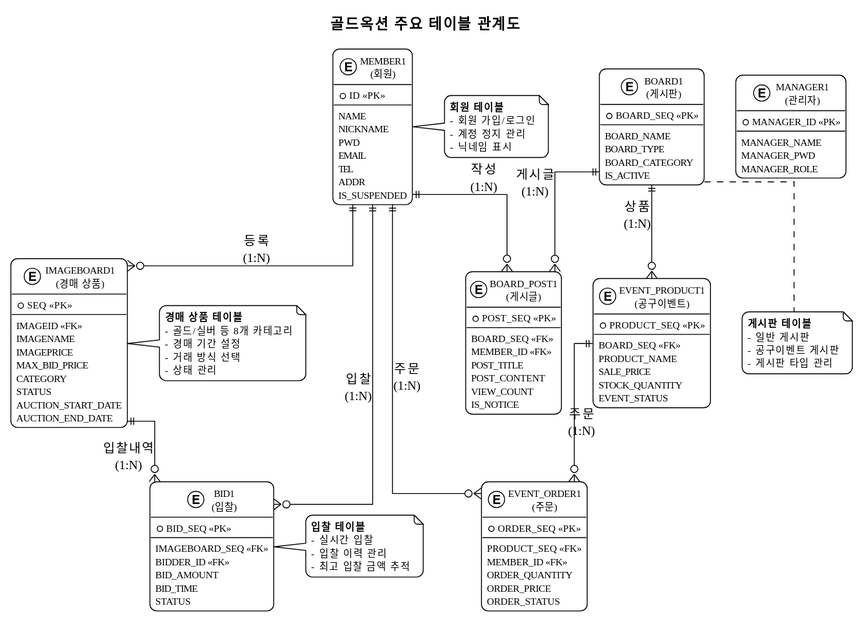
Earlier version of the PlantUML export Document/PPT/goldauction/주요_테이블_관계도_PPT용.svg (snlee1004/goldauction). Source of this version:
```plantuml
@startuml
!theme plain
skinparam linetype ortho
skinparam roundcorner 15
skinparam shadowing false
skinparam defaultFontName "Malgun Gothic"
skinparam defaultFontSize 14
skinparam classFontSize 12
skinparam classAttributeFontSize 11
skinparam titleFontName "Malgun Gothic"
skinparam titleFontSize 16
skinparam noteFontName "Malgun Gothic"
skinparam noteFontSize 11

title 골드옥션 주요 테이블 관계도

entity "MEMBER1\n(회원)" as Member {
    * ID <<PK>>
    --
    NAME
    NICKNAME
    PWD
    EMAIL
    TEL
    ADDR
    IS_SUSPENDED
}

entity "IMAGEBOARD1\n(경매 상품)" as Imageboard {
    * SEQ <<PK>>
    --
    IMAGEID <<FK>>
    IMAGENAME
    IMAGEPRICE
    MAX_BID_PRICE
    CATEGORY
    STATUS
    AUCTION_START_DATE
    AUCTION_END_DATE
}

entity "BID1\n(입찰)" as Bid {
    * BID_SEQ <<PK>>
    --
    IMAGEBOARD_SEQ <<FK>>
    BIDDER_ID <<FK>>
    BID_AMOUNT
    BID_TIME
    STATUS
}

entity "BOARD1\n(게시판)" as Board {
    * BOARD_SEQ <<PK>>
    --
    BOARD_NAME
    BOARD_TYPE
    BOARD_CATEGORY
    IS_ACTIVE
}

entity "BOARD_POST1\n(게시글)" as BoardPost {
    * POST_SEQ <<PK>>
    --
    BOARD_SEQ <<FK>>
    MEMBER_ID <<FK>>
    POST_TITLE
    POST_CONTENT
    VIEW_COUNT
    IS_NOTICE
}

entity "EVENT_PRODUCT1\n(공구이벤트)" as EventProduct {
    * PRODUCT_SEQ <<PK>>
    --
    BOARD_SEQ <<FK>>
    PRODUCT_NAME
    SALE_PRICE
    STOCK_QUANTITY
    EVENT_STATUS
}

entity "EVENT_ORDER1\n(주문)" as EventOrder {
    * ORDER_SEQ <<PK>>
    --
    PRODUCT_SEQ <<FK>>
    MEMBER_ID <<FK>>
    ORDER_QUANTITY
    ORDER_PRICE
    ORDER_STATUS
}

entity "MANAGER1\n(관리자)" as Manager {
    * MANAGER_ID <<PK>>
    --
    MANAGER_NAME
    MANAGER_PWD
    MANAGER_ROLE
}

Member ||--o{ Imageboard : "등록\n(1:N)"
Member ||--o{ Bid : "입찰\n(1:N)"
Imageboard ||--o{ Bid : "입찰내역\n(1:N)"

Board ||--o{ BoardPost : "게시글\n(1:N)"
Member ||--o{ BoardPost : "작성\n(1:N)"

Board ||--o{ EventProduct : "상품\n(1:N)"
EventProduct ||--o{ EventOrder : "주문\n(1:N)"
Member ||--o{ EventOrder : "주문\n(1:N)"

note right of Member
  **회원 테이블**
  - 회원 가입/로그인
  - 계정 정지 관리
  - 닉네임 표시
end note

note right of Imageboard
  **경매 상품 테이블**
  - 골드/실버 등 8개 카테고리
  - 경매 기간 설정
  - 거래 방식 선택
  - 상태 관리
end note

note right of Bid
  **입찰 테이블**
  - 실시간 입찰
  - 입찰 이력 관리
  - 최고 입찰 금액 추적
end note

note bottom of Board
  **게시판 테이블**
  - 일반 게시판
  - 공구이벤트 게시판
  - 게시판 타입 관리
end note
@enduml
```
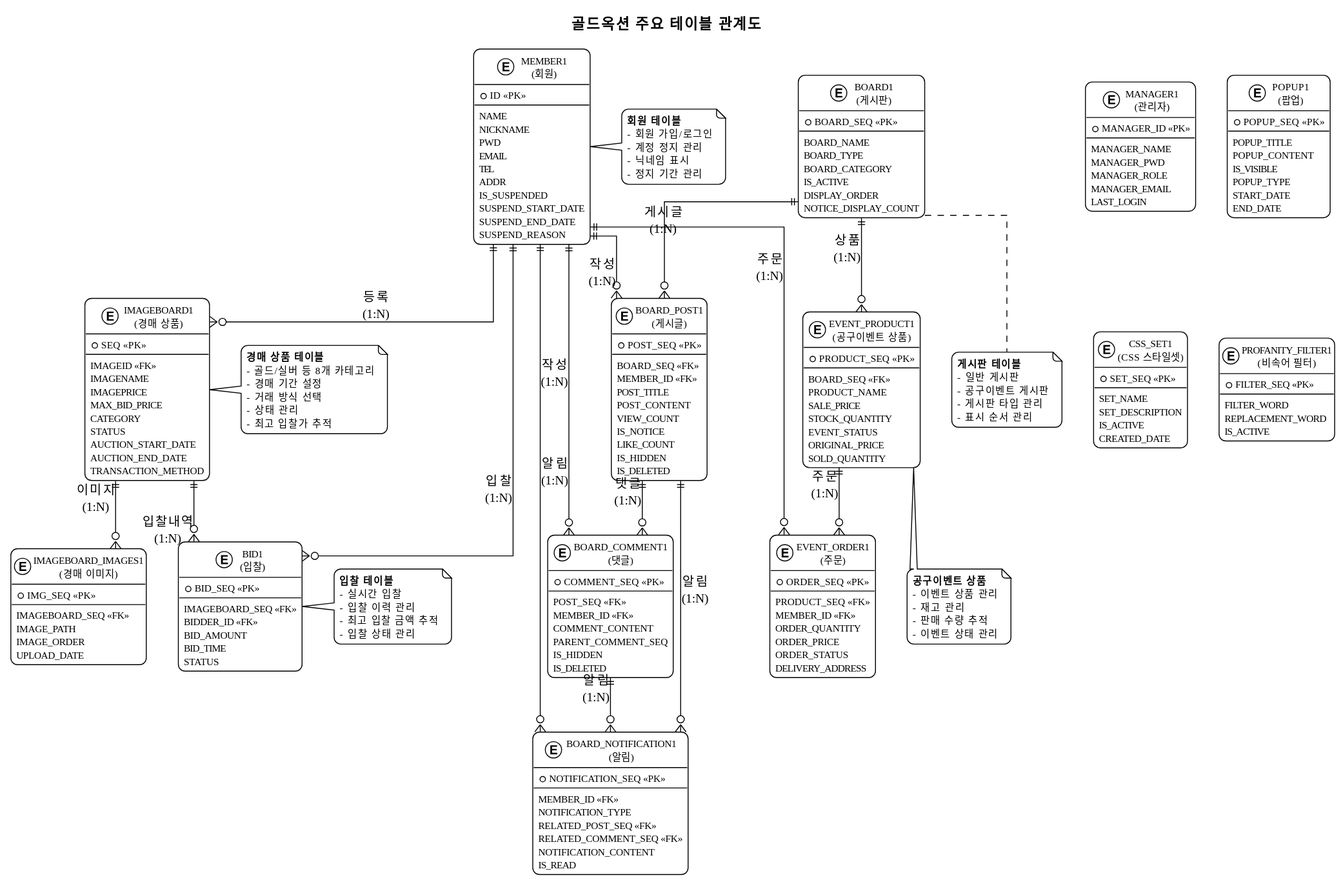
The same file after the commit.

What changed in the source:
```diff
@@ -24,6 +24,9 @@
     TEL
     ADDR
     IS_SUSPENDED
+    SUSPEND_START_DATE
+    SUSPEND_END_DATE
+    SUSPEND_REASON
 }
 
 entity "IMAGEBOARD1\n(경매 상품)" as Imageboard {
@@ -37,6 +40,16 @@
     STATUS
     AUCTION_START_DATE
     AUCTION_END_DATE
+    TRANSACTION_METHOD
+}
+
+entity "IMAGEBOARD_IMAGES1\n(경매 이미지)" as ImageboardImages {
+    * IMG_SEQ <<PK>>
+    --
+    IMAGEBOARD_SEQ <<FK>>
+    IMAGE_PATH
+    IMAGE_ORDER
+    UPLOAD_DATE
 }
 
 entity "BID1\n(입찰)" as Bid {
@@ -56,6 +69,8 @@
     BOARD_TYPE
     BOARD_CATEGORY
     IS_ACTIVE
+    DISPLAY_ORDER
+    NOTICE_DISPLAY_COUNT
 }
 
 entity "BOARD_POST1\n(게시글)" as BoardPost {
@@ -67,9 +82,34 @@
     POST_CONTENT
     VIEW_COUNT
     IS_NOTICE
+    LIKE_COUNT
+    IS_HIDDEN
+    IS_DELETED
 }
 
-entity "EVENT_PRODUCT1\n(공구이벤트)" as EventProduct {
+entity "BOARD_COMMENT1\n(댓글)" as BoardComment {
+    * COMMENT_SEQ <<PK>>
+    --
+    POST_SEQ <<FK>>
+    MEMBER_ID <<FK>>
+    COMMENT_CONTENT
+    PARENT_COMMENT_SEQ
+    IS_HIDDEN
+    IS_DELETED
+}
+
+entity "BOARD_NOTIFICATION1\n(알림)" as BoardNotification {
+    * NOTIFICATION_SEQ <<PK>>
+    --
+    MEMBER_ID <<FK>>
+    NOTIFICATION_TYPE
+    RELATED_POST_SEQ <<FK>>
+    RELATED_COMMENT_SEQ <<FK>>
+    NOTIFICATION_CONTENT
+    IS_READ
+}
+
+entity "EVENT_PRODUCT1\n(공구이벤트 상품)" as EventProduct {
     * PRODUCT_SEQ <<PK>>
     --
     BOARD_SEQ <<FK>>
@@ -77,6 +117,8 @@
     SALE_PRICE
     STOCK_QUANTITY
     EVENT_STATUS
+    ORIGINAL_PRICE
+    SOLD_QUANTITY
 }
 
 entity "EVENT_ORDER1\n(주문)" as EventOrder {
@@ -87,6 +129,7 @@
     ORDER_QUANTITY
     ORDER_PRICE
     ORDER_STATUS
+    DELIVERY_ADDRESS
 }
 
 entity "MANAGER1\n(관리자)" as Manager {
@@ -95,24 +138,64 @@
     MANAGER_NAME
     MANAGER_PWD
     MANAGER_ROLE
+    MANAGER_EMAIL
+    LAST_LOGIN
+}
+
+entity "POPUP1\n(팝업)" as Popup {
+    * POPUP_SEQ <<PK>>
+    --
+    POPUP_TITLE
+    POPUP_CONTENT
+    IS_VISIBLE
+    POPUP_TYPE
+    START_DATE
+    END_DATE
+}
+
+entity "CSS_SET1\n(CSS 스타일셋)" as CssSet {
+    * SET_SEQ <<PK>>
+    --
+    SET_NAME
+    SET_DESCRIPTION
+    IS_ACTIVE
+    CREATED_DATE
+}
+
+entity "PROFANITY_FILTER1\n(비속어 필터)" as ProfanityFilter {
+    * FILTER_SEQ <<PK>>
+    --
+    FILTER_WORD
+    REPLACEMENT_WORD
+    IS_ACTIVE
 }
 
 Member ||--o{ Imageboard : "등록\n(1:N)"
 Member ||--o{ Bid : "입찰\n(1:N)"
+Member ||--o{ BoardPost : "작성\n(1:N)"
+Member ||--o{ BoardComment : "작성\n(1:N)"
+Member ||--o{ BoardNotification : "알림\n(1:N)"
+Member ||--o{ EventOrder : "주문\n(1:N)"
+
+Imageboard ||--o{ ImageboardImages : "이미지\n(1:N)"
 Imageboard ||--o{ Bid : "입찰내역\n(1:N)"
 
 Board ||--o{ BoardPost : "게시글\n(1:N)"
-Member ||--o{ BoardPost : "작성\n(1:N)"
+Board ||--o{ EventProduct : "상품\n(1:N)"
 
-Board ||--o{ EventProduct : "상품\n(1:N)"
+BoardPost ||--o{ BoardComment : "댓글\n(1:N)"
+BoardPost ||--o{ BoardNotification : "알림\n(1:N)"
+
 EventProduct ||--o{ EventOrder : "주문\n(1:N)"
-Member ||--o{ EventOrder : "주문\n(1:N)"
+
+BoardComment ||--o{ BoardNotification : "알림\n(1:N)"
 
 note right of Member
   **회원 테이블**
   - 회원 가입/로그인
   - 계정 정지 관리
   - 닉네임 표시
+  - 정지 기간 관리
 end note
 
 note right of Imageboard
@@ -121,6 +204,7 @@
   - 경매 기간 설정
   - 거래 방식 선택
   - 상태 관리
+  - 최고 입찰가 추적
 end note
 
 note right of Bid
@@ -128,6 +212,7 @@
   - 실시간 입찰
   - 입찰 이력 관리
   - 최고 입찰 금액 추적
+  - 입찰 상태 관리
 end note
 
 note bottom of Board
@@ -135,5 +220,14 @@
   - 일반 게시판
   - 공구이벤트 게시판
   - 게시판 타입 관리
+  - 표시 순서 관리
+end note
+
+note bottom of EventProduct
+  **공구이벤트 상품**
+  - 이벤트 상품 관리
+  - 재고 관리
+  - 판매 수량 추적
+  - 이벤트 상태 관리
 end note
 @enduml
```
